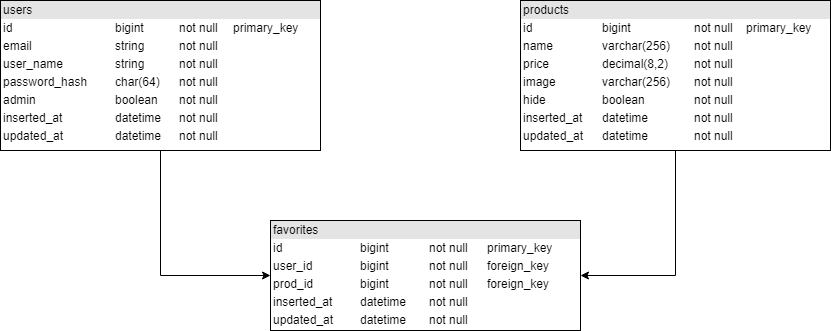
FrozenCrash/Task keeps this draw.io diagram as Database diagram.png. Above is the earlier version. Source tidied: cells renumbered, new cells last; positions are measured from the earlier drawing's top-left corner, leaving out a move shared by most shapes.
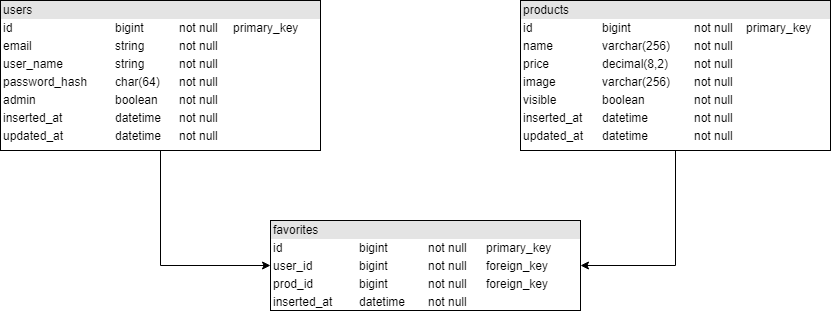
After the commit.

What changed in the source:
```diff
@@ -11,11 +11,11 @@
     <mxCell id="4" style="edgeStyle=orthogonalEdgeStyle;rounded=0;jettySize=auto;html=1;entryX=1;entryY=0.5;entryDx=0;entryDy=0;" parent="1" edge="1" source="5" target="6">
       <mxGeometry relative="1" as="geometry" />
     </mxCell>
-    <mxCell id="5" value="&lt;div style=&quot;box-sizing: border-box ; width: 100% ; background: #e4e4e4 ; padding: 2px&quot;&gt;products&lt;/div&gt;&lt;table style=&quot;width: 100% ; font-size: 1em&quot; cellpadding=&quot;2&quot; cellspacing=&quot;0&quot;&gt;&lt;tbody&gt;&lt;tr&gt;&lt;td&gt;id&lt;/td&gt;&lt;td&gt;bigint&lt;/td&gt;&lt;td&gt;not null&lt;/td&gt;&lt;td&gt;primary_key&lt;/td&gt;&lt;/tr&gt;&lt;tr&gt;&lt;td&gt;name&lt;/td&gt;&lt;td&gt;varchar(256)&amp;nbsp;&lt;br&gt;&lt;/td&gt;&lt;td&gt;not null&lt;br&gt;&lt;/td&gt;&lt;td&gt;&lt;br&gt;&lt;/td&gt;&lt;/tr&gt;&lt;tr&gt;&lt;td&gt;price&lt;/td&gt;&lt;td&gt;decimal(8,2)&lt;br&gt;&lt;/td&gt;&lt;td&gt;not null&lt;br&gt;&lt;/td&gt;&lt;td&gt;&lt;br&gt;&lt;/td&gt;&lt;/tr&gt;&lt;tr&gt;&lt;td&gt;image&lt;/td&gt;&lt;td&gt;varchar(256)&lt;/td&gt;&lt;td&gt;not null&lt;/td&gt;&lt;td&gt;&lt;br&gt;&lt;/td&gt;&lt;/tr&gt;&lt;tr&gt;&lt;td&gt;hide&lt;/td&gt;&lt;td&gt;boolean&lt;/td&gt;&lt;td&gt;not null&lt;/td&gt;&lt;td&gt;&lt;br&gt;&lt;/td&gt;&lt;/tr&gt;&lt;tr&gt;&lt;td&gt;inserted_at&lt;/td&gt;&lt;td&gt;datetime&lt;/td&gt;&lt;td&gt;not null&lt;/td&gt;&lt;td&gt;&lt;br&gt;&lt;/td&gt;&lt;/tr&gt;&lt;tr&gt;&lt;td&gt;updated_at&lt;/td&gt;&lt;td&gt;datetime&lt;/td&gt;&lt;td&gt;not null&lt;/td&gt;&lt;td&gt;&lt;br&gt;&lt;/td&gt;&lt;/tr&gt;&lt;/tbody&gt;&lt;/table&gt;" style="verticalAlign=top;align=left;overflow=fill;html=1;rounded=0;glass=0;fillColor=none;" parent="1" vertex="1">
+    <mxCell id="5" value="&lt;div style=&quot;box-sizing: border-box ; width: 100% ; background: #e4e4e4 ; padding: 2px&quot;&gt;products&lt;/div&gt;&lt;table style=&quot;width: 100% ; font-size: 1em&quot; cellpadding=&quot;2&quot; cellspacing=&quot;0&quot;&gt;&lt;tbody&gt;&lt;tr&gt;&lt;td&gt;id&lt;/td&gt;&lt;td&gt;bigint&lt;/td&gt;&lt;td&gt;not null&lt;/td&gt;&lt;td&gt;primary_key&lt;/td&gt;&lt;/tr&gt;&lt;tr&gt;&lt;td&gt;name&lt;/td&gt;&lt;td&gt;varchar(256)&amp;nbsp;&lt;br&gt;&lt;/td&gt;&lt;td&gt;not null&lt;br&gt;&lt;/td&gt;&lt;td&gt;&lt;br&gt;&lt;/td&gt;&lt;/tr&gt;&lt;tr&gt;&lt;td&gt;price&lt;/td&gt;&lt;td&gt;decimal(8,2)&lt;br&gt;&lt;/td&gt;&lt;td&gt;not null&lt;br&gt;&lt;/td&gt;&lt;td&gt;&lt;br&gt;&lt;/td&gt;&lt;/tr&gt;&lt;tr&gt;&lt;td&gt;image&lt;/td&gt;&lt;td&gt;varchar(256)&lt;/td&gt;&lt;td&gt;not null&lt;/td&gt;&lt;td&gt;&lt;br&gt;&lt;/td&gt;&lt;/tr&gt;&lt;tr&gt;&lt;td&gt;visible&lt;/td&gt;&lt;td&gt;boolean&lt;/td&gt;&lt;td&gt;not null&lt;/td&gt;&lt;td&gt;&lt;br&gt;&lt;/td&gt;&lt;/tr&gt;&lt;tr&gt;&lt;td&gt;inserted_at&lt;/td&gt;&lt;td&gt;datetime&lt;/td&gt;&lt;td&gt;not null&lt;/td&gt;&lt;td&gt;&lt;br&gt;&lt;/td&gt;&lt;/tr&gt;&lt;tr&gt;&lt;td&gt;updated_at&lt;/td&gt;&lt;td&gt;datetime&lt;/td&gt;&lt;td&gt;not null&lt;/td&gt;&lt;td&gt;&lt;br&gt;&lt;/td&gt;&lt;/tr&gt;&lt;/tbody&gt;&lt;/table&gt;" style="verticalAlign=top;align=left;overflow=fill;html=1;rounded=0;glass=0;fillColor=none;" parent="1" vertex="1">
       <mxGeometry x="520" width="310" height="150" as="geometry" />
     </mxCell>
-    <mxCell id="6" value="&lt;div style=&quot;box-sizing: border-box ; width: 100% ; background: #e4e4e4 ; padding: 2px&quot;&gt;favorites&lt;/div&gt;&lt;table style=&quot;width: 100% ; font-size: 1em&quot; cellpadding=&quot;2&quot; cellspacing=&quot;0&quot;&gt;&lt;tbody&gt;&lt;tr&gt;&lt;td&gt;id&lt;/td&gt;&lt;td&gt;bigint&lt;/td&gt;&lt;td&gt;not null&lt;/td&gt;&lt;td&gt;primary_key&lt;/td&gt;&lt;/tr&gt;&lt;tr&gt;&lt;td&gt;user_id&lt;/td&gt;&lt;td&gt;bigint&lt;/td&gt;&lt;td&gt;not null&lt;br&gt;&lt;/td&gt;&lt;td&gt;foreign_key&lt;/td&gt;&lt;/tr&gt;&lt;tr&gt;&lt;td&gt;prod_id&lt;/td&gt;&lt;td&gt;bigint&lt;/td&gt;&lt;td&gt;not null&lt;br&gt;&lt;/td&gt;&lt;td&gt;foreign_key&lt;/td&gt;&lt;/tr&gt;&lt;tr&gt;&lt;td&gt;inserted_at&lt;/td&gt;&lt;td&gt;datetime&lt;/td&gt;&lt;td&gt;not null&lt;/td&gt;&lt;td&gt;&lt;br&gt;&lt;/td&gt;&lt;/tr&gt;&lt;tr&gt;&lt;td&gt;updated_at&lt;/td&gt;&lt;td&gt;datetime&lt;/td&gt;&lt;td&gt;not null&lt;/td&gt;&lt;td&gt;&lt;br&gt;&lt;/td&gt;&lt;/tr&gt;&lt;/tbody&gt;&lt;/table&gt;" style="verticalAlign=top;align=left;overflow=fill;html=1;rounded=0;glass=0;fillColor=none;" parent="1" vertex="1">
-      <mxGeometry x="270" y="220" width="310" height="110" as="geometry" />
+    <mxCell id="6" value="&lt;div style=&quot;box-sizing: border-box ; width: 100% ; background: #e4e4e4 ; padding: 2px&quot;&gt;favorites&lt;/div&gt;&lt;table style=&quot;width: 100% ; font-size: 1em&quot; cellpadding=&quot;2&quot; cellspacing=&quot;0&quot;&gt;&lt;tbody&gt;&lt;tr&gt;&lt;td&gt;id&lt;/td&gt;&lt;td&gt;bigint&lt;/td&gt;&lt;td&gt;not null&lt;/td&gt;&lt;td&gt;primary_key&lt;/td&gt;&lt;/tr&gt;&lt;tr&gt;&lt;td&gt;user_id&lt;/td&gt;&lt;td&gt;bigint&lt;/td&gt;&lt;td&gt;not null&lt;br&gt;&lt;/td&gt;&lt;td&gt;foreign_key&lt;/td&gt;&lt;/tr&gt;&lt;tr&gt;&lt;td&gt;prod_id&lt;/td&gt;&lt;td&gt;bigint&lt;/td&gt;&lt;td&gt;not null&lt;br&gt;&lt;/td&gt;&lt;td&gt;foreign_key&lt;/td&gt;&lt;/tr&gt;&lt;tr&gt;&lt;td&gt;inserted_at&lt;/td&gt;&lt;td&gt;datetime&lt;/td&gt;&lt;td&gt;not null&lt;/td&gt;&lt;td&gt;&lt;br&gt;&lt;/td&gt;&lt;/tr&gt;&lt;/tbody&gt;&lt;/table&gt;" style="verticalAlign=top;align=left;overflow=fill;html=1;rounded=0;glass=0;fillColor=none;" parent="1" vertex="1">
+      <mxGeometry x="270" y="220" width="310" height="90" as="geometry" />
     </mxCell>
   </root>
 </mxGraphModel>
```
